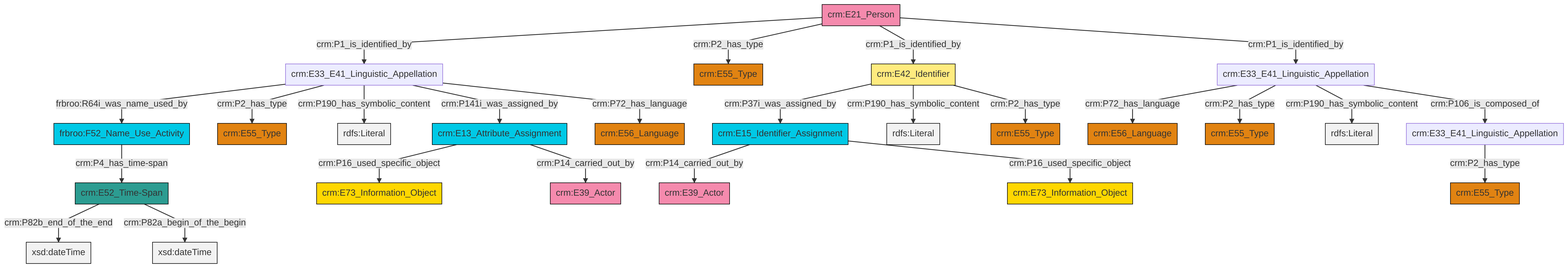
The Mermaid diagram et/personCSV/ttl/mmd/png/Person_Names_and_Classification.png in swiss-art-research-net/docs.swissartresearch, before a commit. Its source is kept beside it as et/personCSV/ttl/mmd/Person_Names_and_Classification.ttl.mmd.
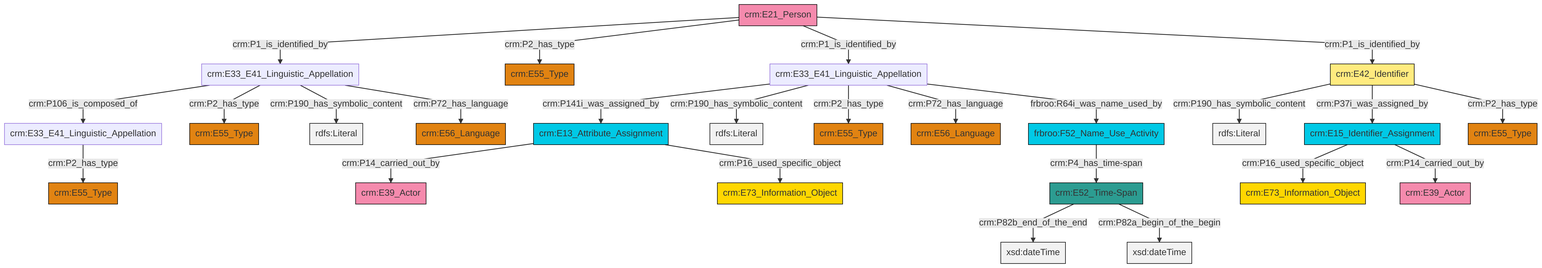
The same file after the commit.

Change to the diagram source:
```diff
@@ -13,27 +13,27 @@
 classDef PC_Classes fill:#4ce600, stroke:#000000;
 classDef Multi fill:#cccccc,stroke:#000000;
 
-0["crm:E33_E41_Linguistic_Appellation"]:::Default -->|crm:P72_has_language| 1["crm:E56_Language"]:::Type
-13["crm:E33_E41_Linguistic_Appellation"]:::Default -->|frbroo:R64i_was_name_used_by| 14["frbroo:F52_Name_Use_Activity"]:::Temporal_Entity
-15["crm:E42_Identifier"]:::Appellation -->|crm:P37i_was_assigned_by| 16["crm:E15_Identifier_Assignment"]:::Temporal_Entity
-13["crm:E33_E41_Linguistic_Appellation"]:::Default -->|crm:P2_has_type| 19["crm:E55_Type"]:::Type
-11["crm:E33_E41_Linguistic_Appellation"]:::Default -->|crm:P2_has_type| 21["crm:E55_Type"]:::Type
-0["crm:E33_E41_Linguistic_Appellation"]:::Default -->|crm:P2_has_type| 22["crm:E55_Type"]:::Type
-7["crm:E21_Person"]:::Actor -->|crm:P1_is_identified_by| 13["crm:E33_E41_Linguistic_Appellation"]:::Default
-26["crm:E52_Time-Span"]:::Time-Span -->|crm:P82b_end_of_the_end| 27[xsd:dateTime]:::Literal
-16["crm:E15_Identifier_Assignment"]:::Temporal_Entity -->|crm:P14_carried_out_by| 28["crm:E39_Actor"]:::Actor
-7["crm:E21_Person"]:::Actor -->|crm:P2_has_type| 9["crm:E55_Type"]:::Type
-13["crm:E33_E41_Linguistic_Appellation"]:::Default -->|crm:P190_has_symbolic_content| 31[rdfs:Literal]:::Literal
-16["crm:E15_Identifier_Assignment"]:::Temporal_Entity -->|crm:P16_used_specific_object| 34["crm:E73_Information_Object"]:::Conceptual_Object
-4["crm:E13_Attribute_Assignment"]:::Temporal_Entity -->|crm:P16_used_specific_object| 32["crm:E73_Information_Object"]:::Conceptual_Object
-15["crm:E42_Identifier"]:::Appellation -->|crm:P190_has_symbolic_content| 35[rdfs:Literal]:::Literal
-14["frbroo:F52_Name_Use_Activity"]:::Temporal_Entity -->|crm:P4_has_time-span| 26["crm:E52_Time-Span"]:::Time-Span
-4["crm:E13_Attribute_Assignment"]:::Temporal_Entity -->|crm:P14_carried_out_by| 37["crm:E39_Actor"]:::Actor
-7["crm:E21_Person"]:::Actor -->|crm:P1_is_identified_by| 15["crm:E42_Identifier"]:::Appellation
-7["crm:E21_Person"]:::Actor -->|crm:P1_is_identified_by| 0["crm:E33_E41_Linguistic_Appellation"]:::Default
-13["crm:E33_E41_Linguistic_Appellation"]:::Default -->|crm:P141i_was_assigned_by| 4["crm:E13_Attribute_Assignment"]:::Temporal_Entity
-0["crm:E33_E41_Linguistic_Appellation"]:::Default -->|crm:P190_has_symbolic_content| 41[rdfs:Literal]:::Literal
-15["crm:E42_Identifier"]:::Appellation -->|crm:P2_has_type| 17["crm:E55_Type"]:::Type
-0["crm:E33_E41_Linguistic_Appellation"]:::Default -->|crm:P106_is_composed_of| 11["crm:E33_E41_Linguistic_Appellation"]:::Default
-26["crm:E52_Time-Span"]:::Time-Span -->|crm:P82a_begin_of_the_begin| 46[xsd:dateTime]:::Literal
-13["crm:E33_E41_Linguistic_Appellation"]:::Default -->|crm:P72_has_language| 2["crm:E56_Language"]:::Type
+2["crm:E42_Identifier"]:::Appellation -->|crm:P190_has_symbolic_content| 4[rdfs:Literal]:::Literal
+5["crm:E21_Person"]:::Actor -->|crm:P1_is_identified_by| 6["crm:E33_E41_Linguistic_Appellation"]:::Default
+9["crm:E52_Time-Span"]:::Time-Span -->|crm:P82b_end_of_the_end| 10[xsd:dateTime]:::Literal
+5["crm:E21_Person"]:::Actor -->|crm:P2_has_type| 19["crm:E55_Type"]:::Type
+6["crm:E33_E41_Linguistic_Appellation"]:::Default -->|crm:P106_is_composed_of| 20["crm:E33_E41_Linguistic_Appellation"]:::Default
+7["crm:E33_E41_Linguistic_Appellation"]:::Default -->|crm:P141i_was_assigned_by| 23["crm:E13_Attribute_Assignment"]:::Temporal_Entity
+6["crm:E33_E41_Linguistic_Appellation"]:::Default -->|crm:P2_has_type| 24["crm:E55_Type"]:::Type
+5["crm:E21_Person"]:::Actor -->|crm:P1_is_identified_by| 7["crm:E33_E41_Linguistic_Appellation"]:::Default
+2["crm:E42_Identifier"]:::Appellation -->|crm:P37i_was_assigned_by| 25["crm:E15_Identifier_Assignment"]:::Temporal_Entity
+0["frbroo:F52_Name_Use_Activity"]:::Temporal_Entity -->|crm:P4_has_time-span| 9["crm:E52_Time-Span"]:::Time-Span
+7["crm:E33_E41_Linguistic_Appellation"]:::Default -->|crm:P190_has_symbolic_content| 27[rdfs:Literal]:::Literal
+9["crm:E52_Time-Span"]:::Time-Span -->|crm:P82a_begin_of_the_begin| 28[xsd:dateTime]:::Literal
+7["crm:E33_E41_Linguistic_Appellation"]:::Default -->|crm:P2_has_type| 11["crm:E55_Type"]:::Type
+2["crm:E42_Identifier"]:::Appellation -->|crm:P2_has_type| 15["crm:E55_Type"]:::Type
+25["crm:E15_Identifier_Assignment"]:::Temporal_Entity -->|crm:P16_used_specific_object| 32["crm:E73_Information_Object"]:::Conceptual_Object
+23["crm:E13_Attribute_Assignment"]:::Temporal_Entity -->|crm:P14_carried_out_by| 35["crm:E39_Actor"]:::Actor
+20["crm:E33_E41_Linguistic_Appellation"]:::Default -->|crm:P2_has_type| 13["crm:E55_Type"]:::Type
+23["crm:E13_Attribute_Assignment"]:::Temporal_Entity -->|crm:P16_used_specific_object| 17["crm:E73_Information_Object"]:::Conceptual_Object
+6["crm:E33_E41_Linguistic_Appellation"]:::Default -->|crm:P190_has_symbolic_content| 38[rdfs:Literal]:::Literal
+7["crm:E33_E41_Linguistic_Appellation"]:::Default -->|crm:P72_has_language| 29["crm:E56_Language"]:::Type
+5["crm:E21_Person"]:::Actor -->|crm:P1_is_identified_by| 2["crm:E42_Identifier"]:::Appellation
+25["crm:E15_Identifier_Assignment"]:::Temporal_Entity -->|crm:P14_carried_out_by| 43["crm:E39_Actor"]:::Actor
+6["crm:E33_E41_Linguistic_Appellation"]:::Default -->|crm:P72_has_language| 39["crm:E56_Language"]:::Type
+7["crm:E33_E41_Linguistic_Appellation"]:::Default -->|frbroo:R64i_was_name_used_by| 0["frbroo:F52_Name_Use_Activity"]:::Temporal_Entity
```
